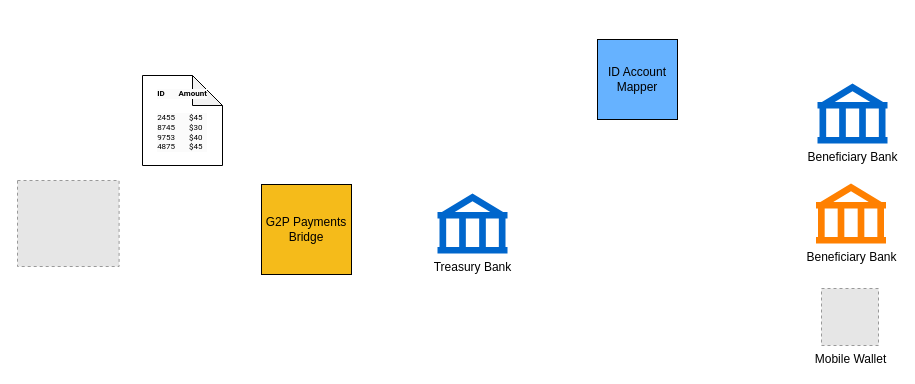
The draw.io diagram .gitbook/assets/gpb-payment-chain.drawio in OpenG2P/openg2p-documentation, before the edit. Source tidied: cells renumbered, new cells numbered last; positions are measured from the earlier drawing's top-left corner, leaving out a move shared by most shapes. Both pictures are drawn from the tidied source at 100%, with x=0, y=0 at pixel (17, 39). Pictures stored in the file or linked from it are replaced by grey dashed boxes.
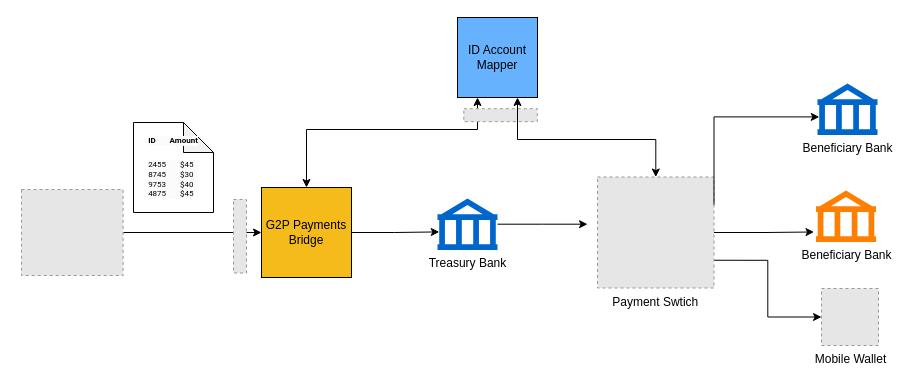
After the change.

Unchanged cells that the change refers to:
```xml
<mxCell id="6" value="Mobile Wallet" style="fillColor=#E6E6E6;strokeColor=#999999;dashed=1;html=1;verticalAlign=top;verticalLabelPosition=bottom;labelBackgroundColor=#ffffff;" parent="1" vertex="1">
  <mxGeometry x="804" y="249" width="57" height="57" as="geometry" />
</mxCell>
```

Change to the diagram source:
```diff
@@
     <mxCell id="2" value="&lt;p style=&quot;border-color: var(--border-color); color: rgb(0, 0, 0); font-family: Helvetica; font-style: normal; font-variant-ligatures: normal; font-variant-caps: normal; font-weight: 400; letter-spacing: normal; orphans: 2; text-align: left; text-indent: 0px; text-transform: none; widows: 2; word-spacing: 0px; -webkit-text-stroke-width: 0px; background-color: rgb(251, 251, 251); text-decoration-thickness: initial; text-decoration-style: initial; text-decoration-color: initial; line-height: 1.2; margin-top: 0pt; margin-bottom: 0pt; font-size: 8px;&quot; dir=&quot;ltr&quot;&gt;&lt;font style=&quot;font-size: 8px;&quot;&gt;&lt;span style=&quot;border-color: var(--border-color); font-family: Roboto, sans-serif; color: rgb(0, 0, 0); background-color: transparent; font-weight: 700; font-style: normal; font-variant: normal; text-decoration: none; vertical-align: baseline;&quot;&gt;ID&lt;/span&gt;&lt;span style=&quot;border-color: var(--border-color); font-family: Roboto, sans-serif; color: rgb(0, 0, 0); background-color: transparent; font-weight: 400; font-style: normal; font-variant: normal; text-decoration: none; vertical-align: baseline;&quot;&gt;&lt;span&gt;&amp;nbsp;&lt;/span&gt;&amp;nbsp; &amp;nbsp; &amp;nbsp;&lt;span&gt;&amp;nbsp;&lt;/span&gt;&lt;/span&gt;&lt;span style=&quot;border-color: var(--border-color); font-family: Roboto, sans-serif; color: rgb(0, 0, 0); background-color: transparent; font-weight: 700; font-style: normal; font-variant: normal; text-decoration: none; vertical-align: baseline;&quot;&gt;Amount&lt;/span&gt;&lt;/font&gt;&lt;/p&gt;&lt;font style=&quot;font-size: 8px;&quot;&gt;&lt;br style=&quot;border-color: var(--border-color); color: rgb(0, 0, 0); font-family: Helvetica; font-style: normal; font-variant-ligatures: normal; font-variant-caps: normal; font-weight: 400; letter-spacing: normal; orphans: 2; text-align: left; text-indent: 0px; text-transform: none; widows: 2; word-spacing: 0px; -webkit-text-stroke-width: 0px; background-color: rgb(251, 251, 251); text-decoration-thickness: initial; text-decoration-style: initial; text-decoration-color: initial;&quot;&gt;&lt;/font&gt;&lt;p style=&quot;border-color: var(--border-color); color: rgb(0, 0, 0); font-family: Helvetica; font-style: normal; font-variant-ligatures: normal; font-variant-caps: normal; font-weight: 400; letter-spacing: normal; orphans: 2; text-align: left; text-indent: 0px; text-transform: none; widows: 2; word-spacing: 0px; -webkit-text-stroke-width: 0px; background-color: rgb(251, 251, 251); text-decoration-thickness: initial; text-decoration-style: initial; text-decoration-color: initial; line-height: 1.2; margin-top: 0pt; margin-bottom: 0pt; font-size: 8px;&quot; dir=&quot;ltr&quot;&gt;&lt;span style=&quot;border-color: var(--border-color); font-family: Roboto, sans-serif; color: rgb(0, 0, 0); background-color: transparent; font-weight: 400; font-style: normal; font-variant: normal; text-decoration: none; vertical-align: baseline;&quot;&gt;&lt;font style=&quot;font-size: 8px;&quot;&gt;2455 &amp;nbsp; &amp;nbsp; &amp;nbsp; $45&lt;/font&gt;&lt;/span&gt;&lt;/p&gt;&lt;p style=&quot;border-color: var(--border-color); color: rgb(0, 0, 0); font-family: Helvetica; font-style: normal; font-variant-ligatures: normal; font-variant-caps: normal; font-weight: 400; letter-spacing: normal; orphans: 2; text-align: left; text-indent: 0px; text-transform: none; widows: 2; word-spacing: 0px; -webkit-text-stroke-width: 0px; background-color: rgb(251, 251, 251); text-decoration-thickness: initial; text-decoration-style: initial; text-decoration-color: initial; line-height: 1.2; margin-top: 0pt; margin-bottom: 0pt; font-size: 8px;&quot; dir=&quot;ltr&quot;&gt;&lt;span style=&quot;border-color: var(--border-color); font-family: Roboto, sans-serif; color: rgb(0, 0, 0); background-color: transparent; font-weight: 400; font-style: normal; font-variant: normal; text-decoration: none; vertical-align: baseline;&quot;&gt;&lt;font style=&quot;font-size: 8px;&quot;&gt;8745 &amp;nbsp; &amp;nbsp; &amp;nbsp; $30&lt;/font&gt;&lt;/span&gt;&lt;/p&gt;&lt;p style=&quot;border-color: var(--border-color); color: rgb(0, 0, 0); font-family: Helvetica; font-style: normal; font-variant-ligatures: normal; font-variant-caps: normal; font-weight: 400; letter-spacing: normal; orphans: 2; text-align: left; text-indent: 0px; text-transform: none; widows: 2; word-spacing: 0px; -webkit-text-stroke-width: 0px; background-color: rgb(251, 251, 251); text-decoration-thickness: initial; text-decoration-style: initial; text-decoration-color: initial; line-height: 1.2; margin-top: 0pt; margin-bottom: 0pt; font-size: 8px;&quot; dir=&quot;ltr&quot;&gt;&lt;span style=&quot;border-color: var(--border-color); font-family: Roboto, sans-serif; color: rgb(0, 0, 0); background-color: transparent; font-weight: 400; font-style: normal; font-variant: normal; text-decoration: none; vertical-align: baseline;&quot;&gt;&lt;font style=&quot;font-size: 8px;&quot;&gt;9753 &amp;nbsp; &amp;nbsp; &amp;nbsp; $40&lt;/font&gt;&lt;/span&gt;&lt;/p&gt;&lt;p style=&quot;border-color: var(--border-color); color: rgb(0, 0, 0); font-family: Helvetica; font-style: normal; font-variant-ligatures: normal; font-variant-caps: normal; font-weight: 400; letter-spacing: normal; orphans: 2; text-align: left; text-indent: 0px; text-transform: none; widows: 2; word-spacing: 0px; -webkit-text-stroke-width: 0px; background-color: rgb(251, 251, 251); text-decoration-thickness: initial; text-decoration-style: initial; text-decoration-color: initial; line-height: 1.2; margin-top: 0pt; margin-bottom: 0pt; font-size: 8px;&quot; dir=&quot;ltr&quot;&gt;&lt;span style=&quot;border-color: var(--border-color); font-family: Roboto, sans-serif; color: rgb(0, 0, 0); background-color: transparent; font-weight: 400; font-style: normal; font-variant: normal; text-decoration: none; vertical-align: baseline;&quot;&gt;&lt;font style=&quot;font-size: 8px;&quot;&gt;4875 &amp;nbsp; &amp;nbsp; &amp;nbsp; $45&lt;/font&gt;&lt;/span&gt;&lt;/p&gt;" style="shape=note;whiteSpace=wrap;html=1;backgroundOutline=1;darkOpacity=0.05;" parent="1" vertex="1">
-      <mxGeometry x="125" y="36" width="80" height="90" as="geometry" />
+      <mxGeometry x="116" y="83" width="80" height="90" as="geometry" />
     </mxCell>
+    <mxCell id="10" style="edgeStyle=orthogonalEdgeStyle;rounded=0;jettySize=auto;html=1;entryX=0;entryY=0.5;entryDx=0;entryDy=0;" parent="1" edge="1" source="3" target="4">
+      <mxGeometry relative="1" as="geometry" />
+    </mxCell>
     <mxCell id="3" style="fillColor=#E6E6E6;strokeColor=#999999;dashed=1;verticalLabelPosition=bottom;verticalAlign=top;" parent="1" vertex="1">
-      <mxGeometry y="141" width="101.6" height="86" as="geometry" />
+      <mxGeometry x="4" y="150" width="101.6" height="86" as="geometry" />
     </mxCell>
+    <mxCell id="11" style="edgeStyle=orthogonalEdgeStyle;rounded=0;jettySize=auto;html=1;startArrow=classic;startFill=1;" parent="1" edge="1" source="4" target="8">
+      <mxGeometry relative="1" as="geometry">
+        <Array as="points">
+          <mxPoint x="289" y="90" />
+          <mxPoint x="460" y="90" />
+        </Array>
+      </mxGeometry>
+    </mxCell>
     <mxCell id="4" value="G2P Payments Bridge" style="whiteSpace=wrap;html=1;fillColor=#F5BB1A;" parent="1" vertex="1">
-      <mxGeometry x="244" y="145" width="90" height="90" as="geometry" />
+      <mxGeometry x="244" y="148" width="90" height="90" as="geometry" />
     </mxCell>
     <mxCell id="5" value="Beneficiary Bank" style="shape=mxgraph.signs.travel.bank;html=1;fillColor=#0066CC;strokeColor=none;verticalLabelPosition=bottom;verticalAlign=top;align=center;" parent="1" vertex="1">
-      <mxGeometry x="800" y="44" width="70" height="60" as="geometry" />
+      <mxGeometry x="800" y="44" width="60" height="51.4" as="geometry" />
     </mxCell>
@@
+    <mxCell id="12" style="edgeStyle=orthogonalEdgeStyle;rounded=0;jettySize=auto;html=1;" parent="1" edge="1" source="7">
+      <mxGeometry relative="1" as="geometry">
+        <mxPoint x="570" y="184.7" as="targetPoint" />
+      </mxGeometry>
+    </mxCell>
     <mxCell id="7" value="Treasury Bank" style="shape=mxgraph.signs.travel.bank;html=1;fillColor=#0066CC;strokeColor=none;verticalLabelPosition=bottom;verticalAlign=top;align=center;" parent="1" vertex="1">
-      <mxGeometry x="420" y="154" width="70" height="60" as="geometry" />
+      <mxGeometry x="420" y="159" width="60" height="51.4" as="geometry" />
     </mxCell>
     <mxCell id="8" value="ID Account Mapper" style="whiteSpace=wrap;html=1;fillColor=#66B2FF;" parent="1" vertex="1">
-      <mxGeometry x="580" width="80" height="80" as="geometry" />
+      <mxGeometry x="440" y="-22" width="80" height="80" as="geometry" />
     </mxCell>
     <mxCell id="9" value="Beneficiary Bank" style="shape=mxgraph.signs.travel.bank;html=1;fillColor=#FF8000;strokeColor=none;verticalLabelPosition=bottom;verticalAlign=top;align=center;" parent="1" vertex="1">
-      <mxGeometry x="798.5" y="144" width="70" height="60" as="geometry" />
+      <mxGeometry x="798.5" y="151" width="60" height="51.4" as="geometry" />
     </mxCell>
+    <mxCell id="13" style="edgeStyle=orthogonalEdgeStyle;rounded=0;jettySize=auto;html=1;entryX=0.03;entryY=0.65;entryDx=0;entryDy=0;entryPerimeter=0;" parent="1" edge="1" source="4" target="7">
+      <mxGeometry relative="1" as="geometry" />
+    </mxCell>
+    <mxCell id="14" style="fillColor=#E6E6E6;strokeColor=#999999;dashed=1;verticalLabelPosition=bottom;verticalAlign=top;" parent="1" vertex="1">
+      <mxGeometry x="216" y="160" width="13" height="73.5" as="geometry" />
+    </mxCell>
+    <mxCell id="15" style="edgeStyle=orthogonalEdgeStyle;rounded=0;jettySize=auto;html=1;exitX=1;exitY=0.75;exitDx=0;exitDy=0;entryX=0;entryY=0.5;entryDx=0;entryDy=0;" parent="1" edge="1" source="16" target="6">
+      <mxGeometry relative="1" as="geometry" />
+    </mxCell>
+    <mxCell id="16" value="Payment Swtich" style="fillColor=#E6E6E6;strokeColor=#999999;dashed=1;verticalLabelPosition=bottom;verticalAlign=top;" parent="1" vertex="1">
+      <mxGeometry x="580" y="137.5" width="116.5" height="111" as="geometry" />
+    </mxCell>
+    <mxCell id="17" style="edgeStyle=orthogonalEdgeStyle;rounded=0;jettySize=auto;html=1;entryX=-0.033;entryY=0.807;entryDx=0;entryDy=0;entryPerimeter=0;" parent="1" edge="1" source="16" target="9">
+      <mxGeometry relative="1" as="geometry" />
+    </mxCell>
+    <mxCell id="18" style="fillColor=#E6E6E6;strokeColor=#999999;dashed=1;verticalLabelPosition=bottom;verticalAlign=top;" parent="1" vertex="1">
+      <mxGeometry x="446.3" y="69.2" width="73.5" height="13" as="geometry" />
+    </mxCell>
+    <mxCell id="19" style="edgeStyle=orthogonalEdgeStyle;rounded=0;jettySize=auto;html=1;entryX=0.75;entryY=1;entryDx=0;entryDy=0;startArrow=classic;startFill=1;" parent="1" edge="1" source="16" target="8">
+      <mxGeometry relative="1" as="geometry">
+        <Array as="points">
+          <mxPoint x="638" y="100" />
+          <mxPoint x="500" y="100" />
+        </Array>
+      </mxGeometry>
+    </mxCell>
+    <mxCell id="20" style="edgeStyle=orthogonalEdgeStyle;rounded=0;jettySize=auto;html=1;exitX=1;exitY=0.25;exitDx=0;exitDy=0;entryX=0.03;entryY=0.65;entryDx=0;entryDy=0;entryPerimeter=0;" parent="1" edge="1" source="16" target="5">
+      <mxGeometry relative="1" as="geometry">
+        <Array as="points">
+          <mxPoint x="697" y="77" />
+        </Array>
+      </mxGeometry>
+    </mxCell>
```
